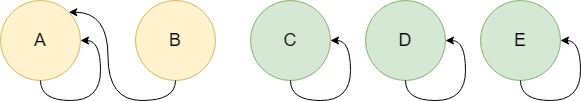
Before: algrithem/union_set_example2.drawio.png, a diagram exported from draw.io (muxicode/c153080686). Source tidied: cells renumbered, new cells last; positions are measured from the earlier drawing's top-left corner, leaving out a move shared by most shapes.
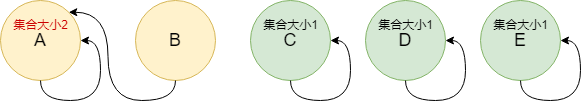
After the commit.

Change to the diagram source:
```diff
@@ -32,5 +32,17 @@
     <mxCell id="11" style="edgeStyle=orthogonalEdgeStyle;rounded=0;orthogonalLoop=1;jettySize=auto;html=1;exitX=0.5;exitY=1;exitDx=0;exitDy=0;entryX=1;entryY=0.5;entryDx=0;entryDy=0;curved=1;" parent="1" edge="1" source="10" target="10">
       <mxGeometry relative="1" as="geometry" />
     </mxCell>
+    <mxCell id="12" value="&lt;font color=&quot;#cc0000&quot;&gt;集合大小2&lt;/font&gt;" style="text;html=1;align=center;verticalAlign=middle;strokeColor=none;fillColor=none;" parent="1" vertex="1">
+      <mxGeometry y="10" width="80" height="30" as="geometry" />
+    </mxCell>
+    <mxCell id="13" value="集合大小1" style="text;html=1;align=center;verticalAlign=middle;strokeColor=none;fillColor=none;" parent="1" vertex="1">
+      <mxGeometry x="250" y="10" width="80" height="30" as="geometry" />
+    </mxCell>
+    <mxCell id="14" value="集合大小1" style="text;html=1;align=center;verticalAlign=middle;strokeColor=none;fillColor=none;" parent="1" vertex="1">
+      <mxGeometry x="365" y="10" width="80" height="30" as="geometry" />
+    </mxCell>
+    <mxCell id="15" value="集合大小1" style="text;html=1;align=center;verticalAlign=middle;strokeColor=none;fillColor=none;" parent="1" vertex="1">
+      <mxGeometry x="480" y="10" width="80" height="30" as="geometry" />
+    </mxCell>
   </root>
 </mxGraphModel>
```
